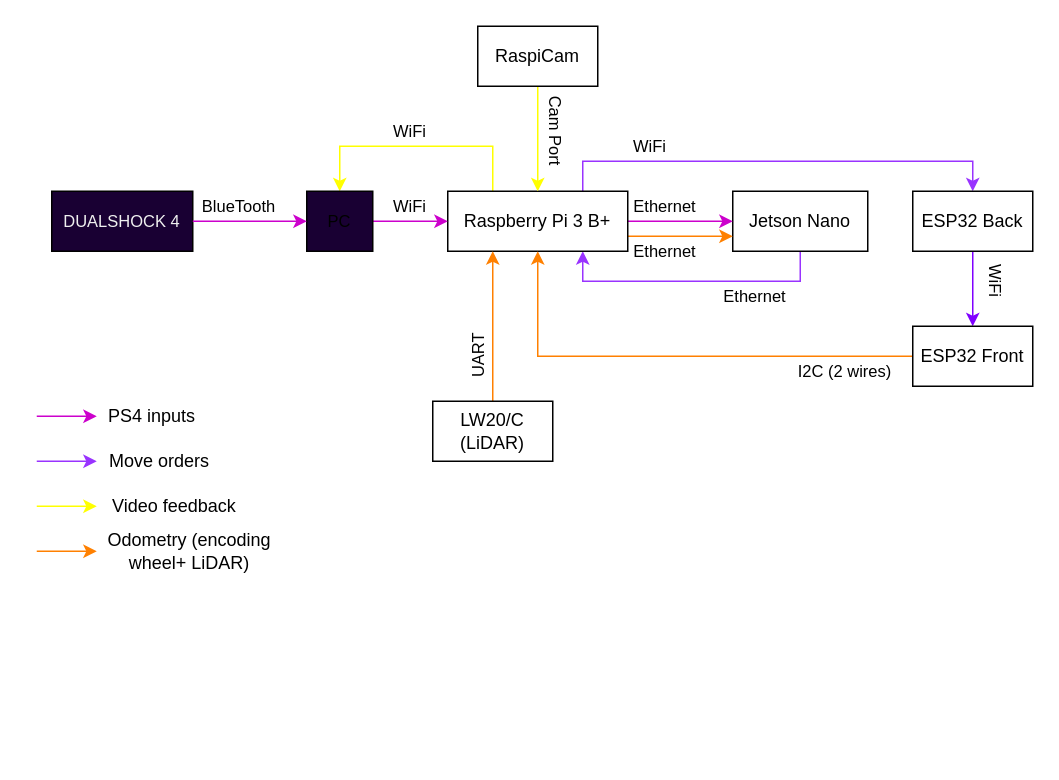
Polocool75/TRAVELERS-HUB keeps this draw.io diagram as page "Information Flux" (4 of 5) of Schémas électriques/GAMMA Iterations.drawio. Above is the earlier version. Source tidied: cells renumbered, new cells numbered last; positions are measured from the earlier drawing's top-left corner, leaving out a move shared by most shapes. Both pictures are drawn from the tidied source at 150%, with x=0, y=0 at pixel (36, 26).
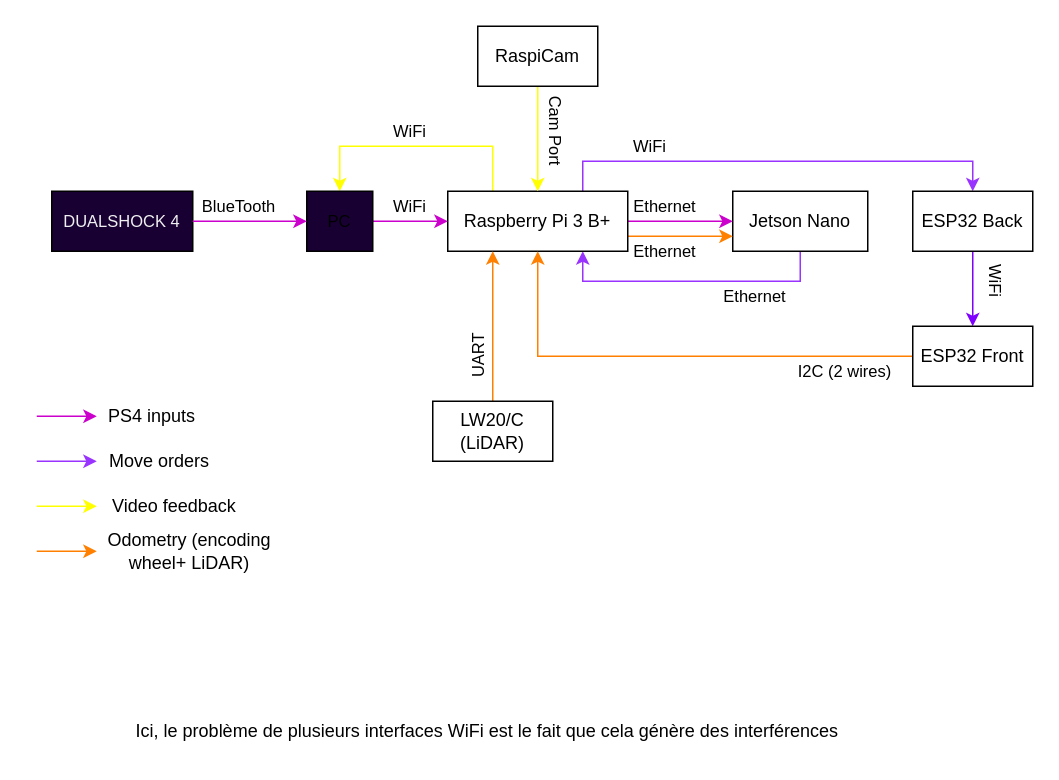
The same page after the edit.

Diff of the diagram source:
```diff
@@
+    <mxCell id="40" value="Ici, le problème de plusieurs interfaces WiFi est le fait que cela génère des interférences" style="text;html=1;align=center;verticalAlign=middle;strokeColor=none;fillColor=none;" parent="1" vertex="1">
+      <mxGeometry x="55" y="455" width="490" height="30" as="geometry" />
+    </mxCell>
```
